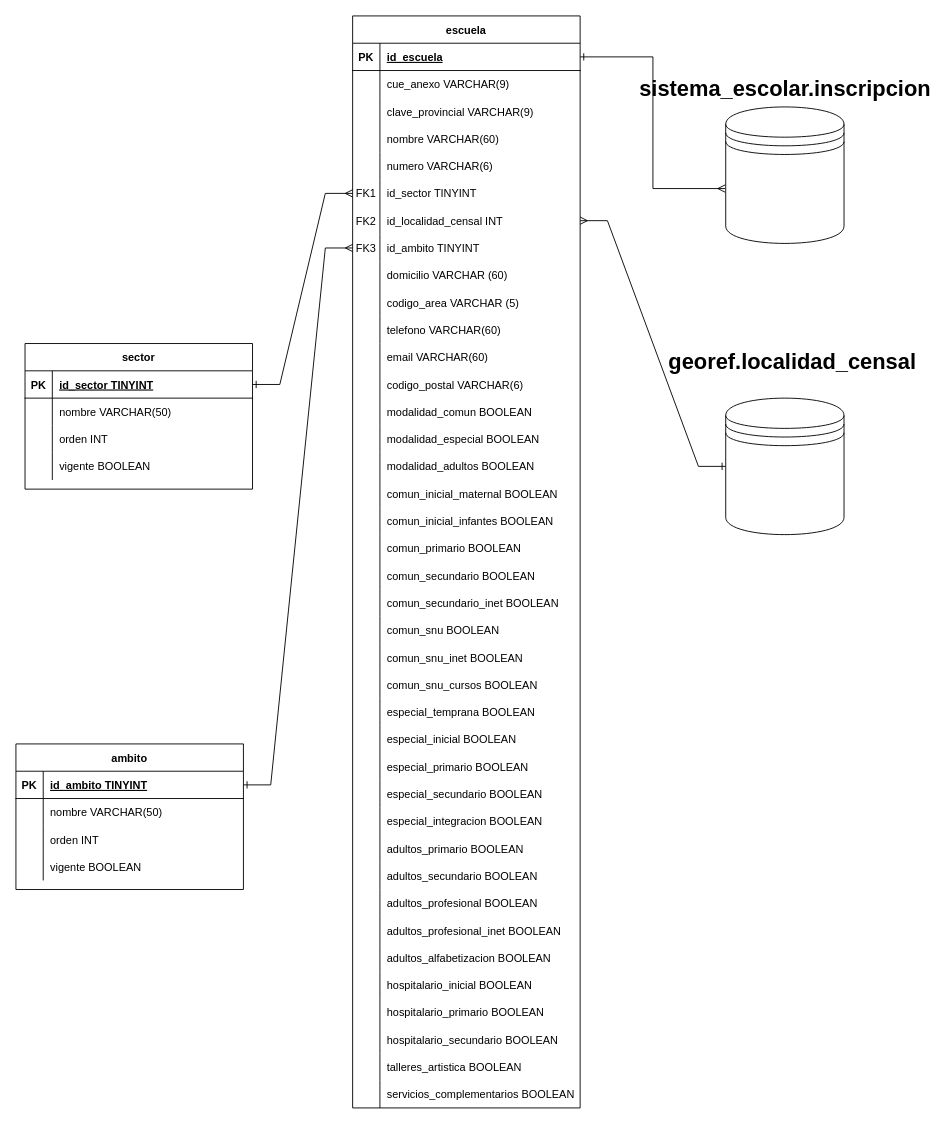
Before: establecimientos_educativos.drawio in Alexmdq80/SistemaGestionEscolar, a draw.io diagram. Source tidied: cells renumbered, new cells numbered last; positions are measured from the earlier drawing's top-left corner, leaving out a move shared by most shapes. Both pictures are drawn from the tidied source at 91%, with x=0, y=0 at pixel (15, 15).
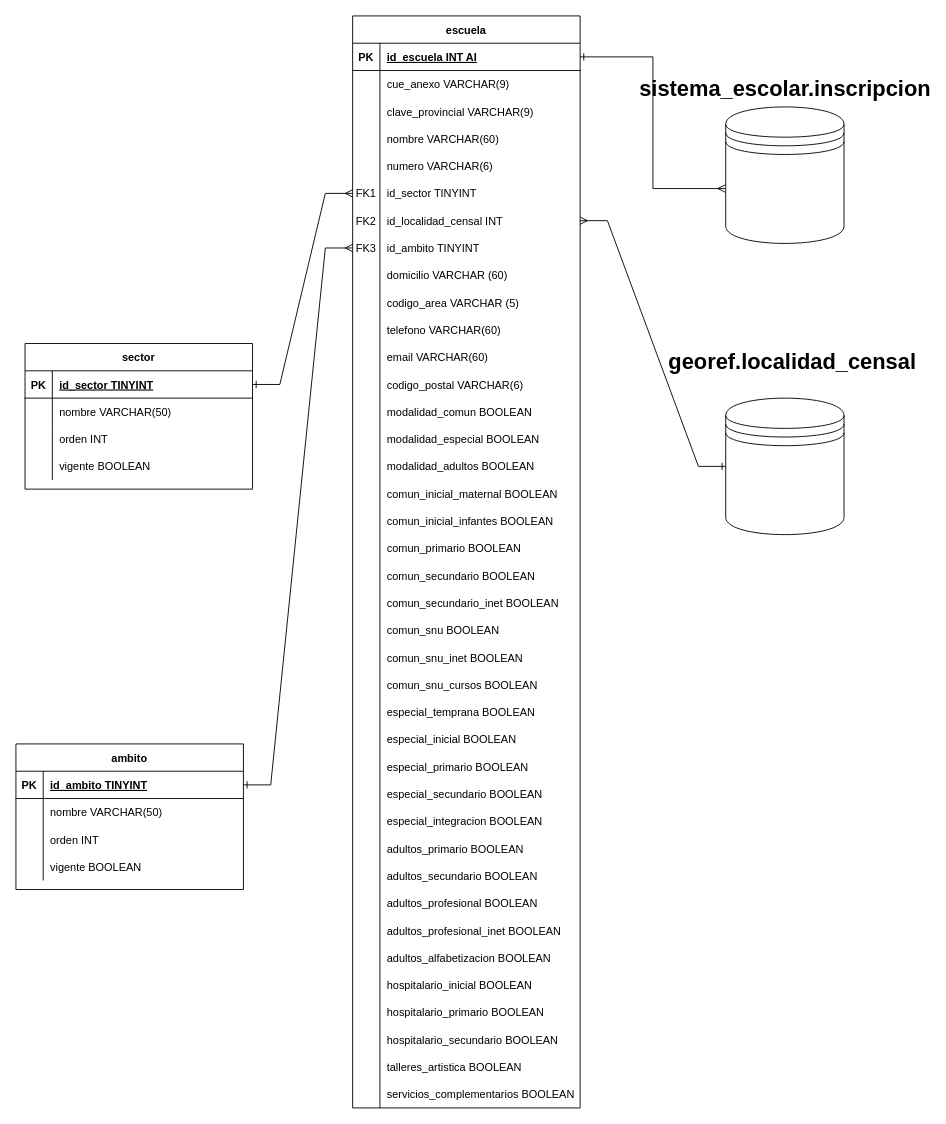
The same page after the edit.

Unchanged cells that the change refers to:
```xml
<mxCell id="37" style="shape=partialRectangle;fillColor=none;points=[[0,0.5],[1,0.5]];portConstraint=eastwest;top=0;left=0;right=0;bottom=1;" parent="36" vertex="1">
  <mxGeometry y="30" width="250" height="30" as="geometry" />
</mxCell>
```

The edit, as a diff of the source:
```diff
@@
-    <mxCell id="39" value="id_escuela" style="shape=partialRectangle;overflow=hidden;fillColor=none;top=0;left=0;bottom=0;right=0;align=left;spacingLeft=6;fontStyle=5;" parent="37" vertex="1">
+    <mxCell id="39" value="id_escuela INT AI" style="shape=partialRectangle;overflow=hidden;fillColor=none;top=0;left=0;bottom=0;right=0;align=left;spacingLeft=6;fontStyle=5;" parent="37" vertex="1">
       <mxGeometry x="30" width="220" height="30" as="geometry" />
     </mxCell>
```
